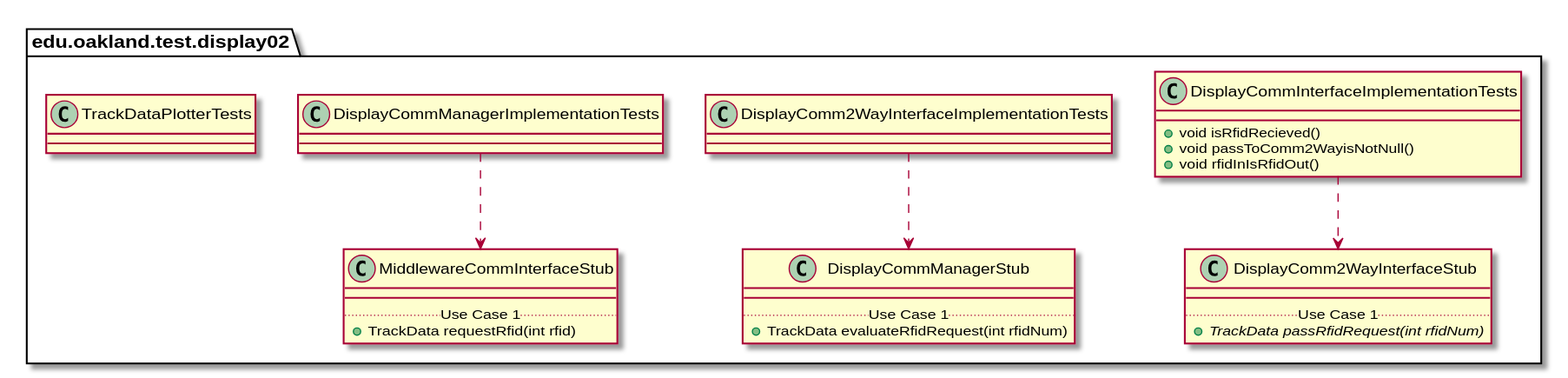
This is docs/uml-class-diagrams/display02/test/Display02TestPackage_InternalDependencies.svg from andrewdimmer/csi-3370-software-project, a PlantUML export, as it was before one commit.
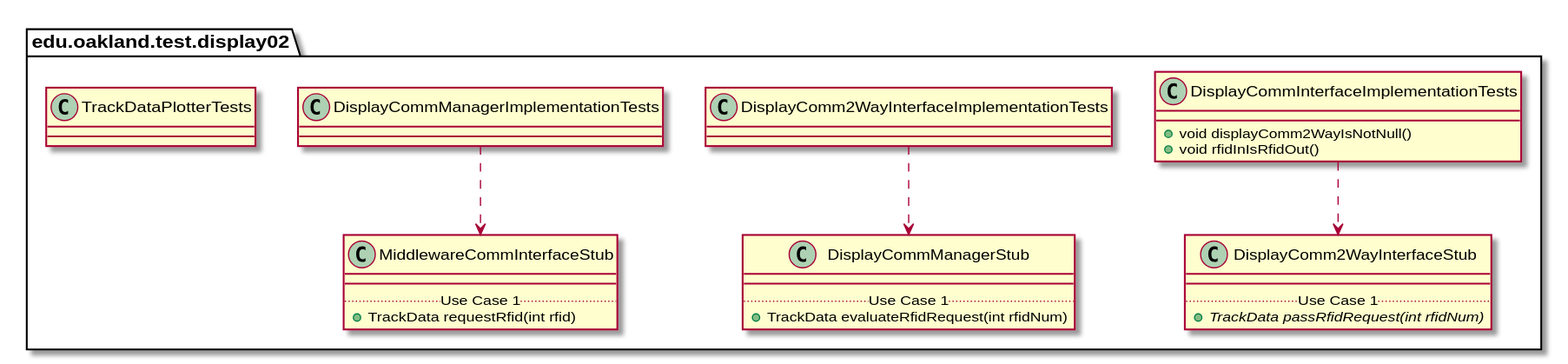
After the change.

Change to the diagram source:
```diff
@@ -7,8 +7,7 @@
 
 package edu.oakland.test.display02 {
     class DisplayCommInterfaceImplementationTests {
-        + void isRfidRecieved()
-        + void passToComm2WayisNotNull()
+        + void displayComm2WayIsNotNull()
         + void rfidInIsRfidOut()
 
     }
```
